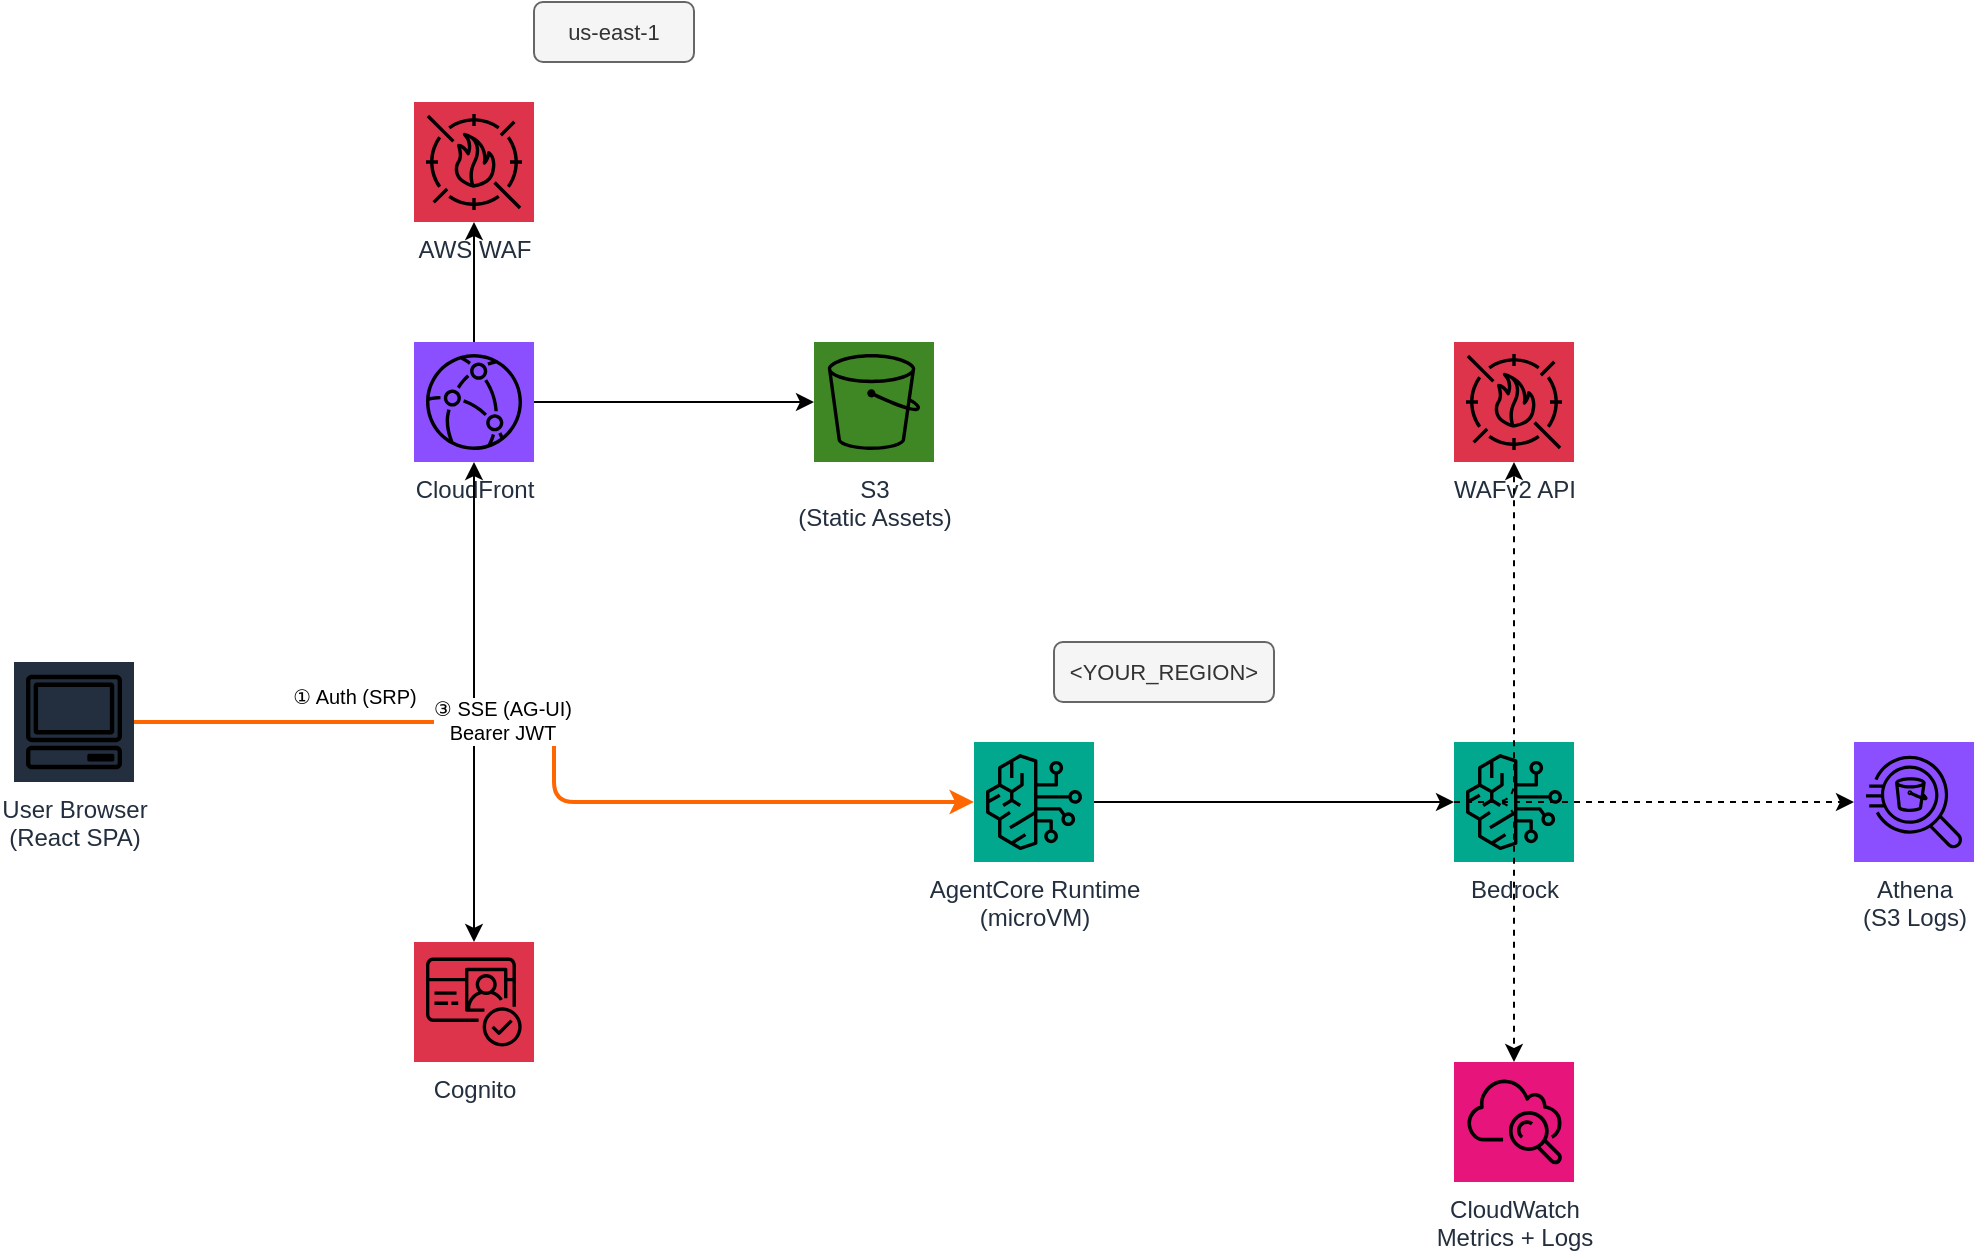
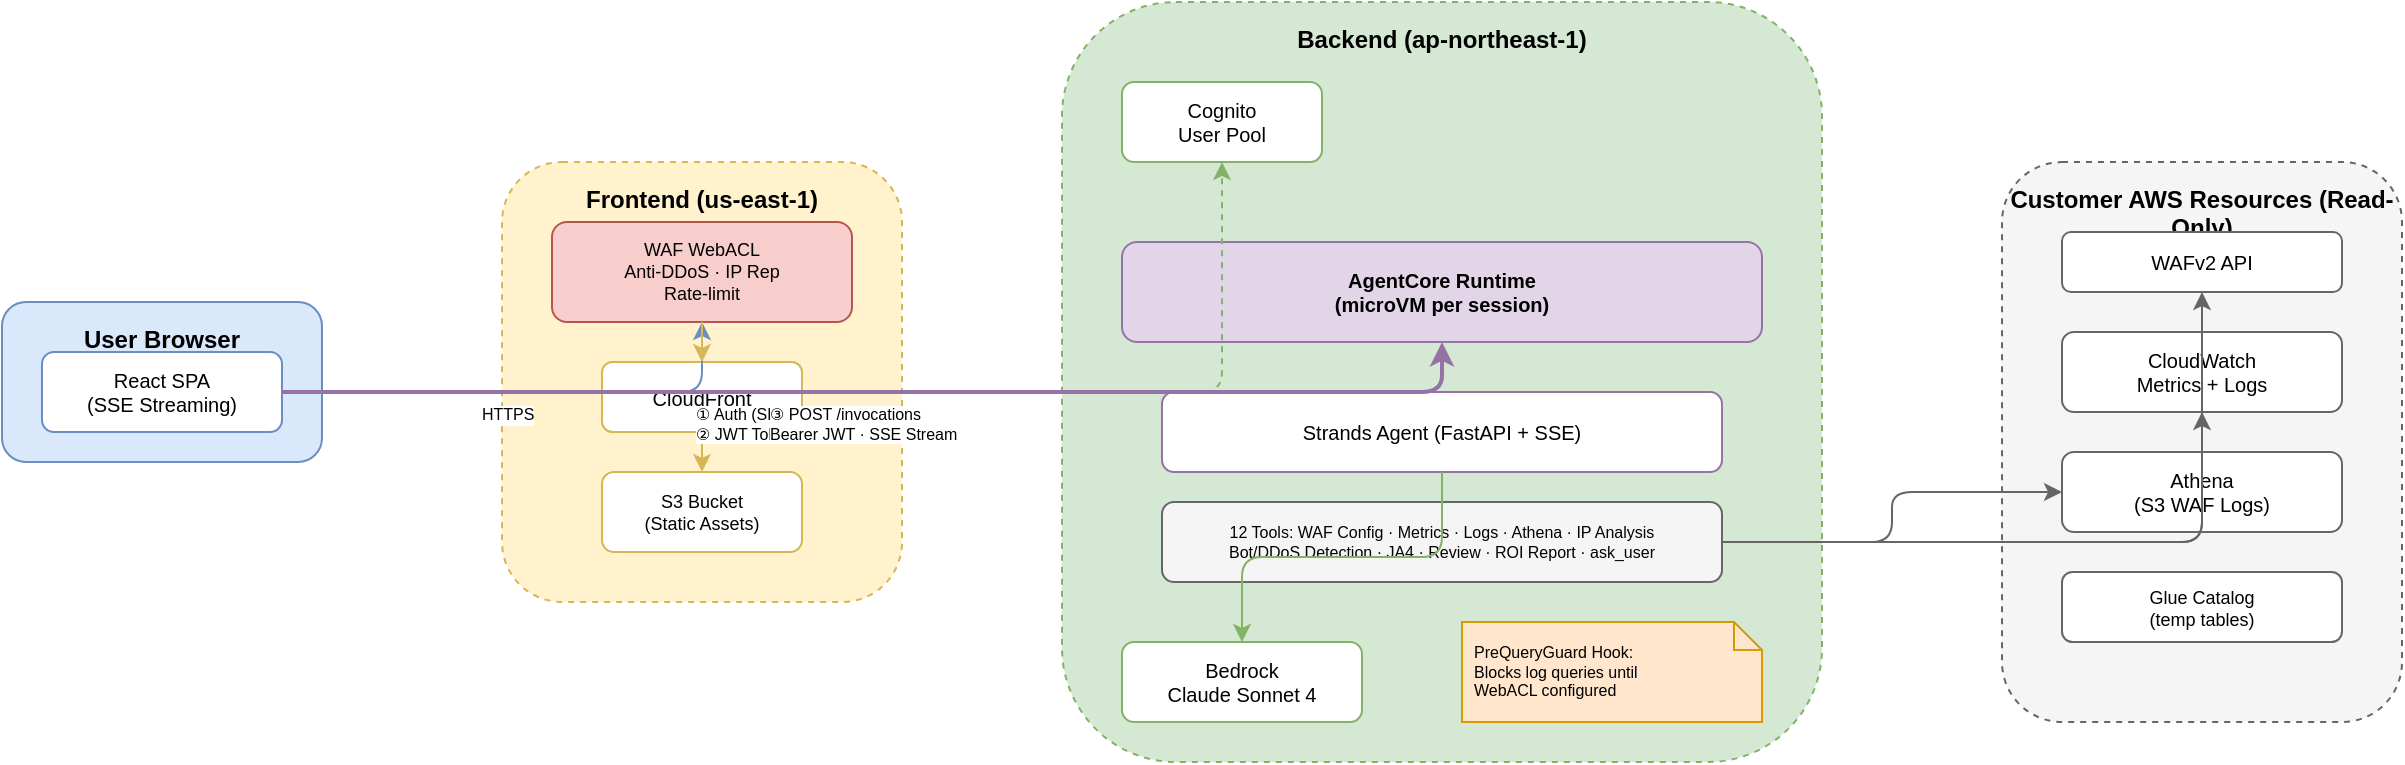
- <mxfile host="app.diagrams.net" agent="1.0">
-   <diagram name="WAF Agent Architecture" id="arch">
-     <mxGraphModel dx="1027" dy="532" grid="1" gridSize="10" guides="1" tooltips="1" connect="1" arrows="1" fold="1" page="1" pageScale="1" pageWidth="1600" pageHeight="900" math="0" shadow="0">
+ <mxfile host="app.diagrams.net" modified="2026-05-11T11:40:00.000Z" agent="WAF Agent" version="24.0.0">
+   <diagram name="Architecture" id="arch-1">
+     <mxGraphModel dx="1200" dy="800" grid="1" gridSize="10" guides="1" tooltips="1" connect="1" arrows="1" fold="1" page="1" pageScale="1" pageWidth="1400" pageHeight="900" math="0" shadow="0">
      <root>
        <mxCell id="0" />
        <mxCell id="1" parent="0" />
-         <mxCell id="user" parent="1" style="outlineConnect=0;fontColor=#232F3E;gradientColor=none;fillColor=#232F3E;strokeColor=none;dashed=0;verticalLabelPosition=bottom;verticalAlign=top;align=center;html=1;fontSize=12;fontStyle=0;aspect=fixed;pointerEvents=1;shape=mxgraph.aws4.resourceIcon;resIcon=mxgraph.aws4.client" value="User Browser&lt;br&gt;(React SPA)" vertex="1">
-           <mxGeometry height="60" width="60" x="80" y="360" as="geometry" />
+ 
+         <!-- User Browser -->
+         <mxCell id="user-group" value="User Browser" style="rounded=1;whiteSpace=wrap;html=1;fillColor=#dae8fc;strokeColor=#6c8ebf;verticalAlign=top;fontStyle=1;fontSize=12;spacingTop=5;" vertex="1" parent="1">
+           <mxGeometry x="50" y="350" width="160" height="80" as="geometry" />
        </mxCell>
-         <mxCell id="cf" parent="1" style="outlineConnect=0;fontColor=#232F3E;gradientColor=none;fillColor=#8C4FFF;strokeColor=none;dashed=0;verticalLabelPosition=bottom;verticalAlign=top;align=center;html=1;fontSize=12;fontStyle=0;aspect=fixed;pointerEvents=1;shape=mxgraph.aws4.resourceIcon;resIcon=mxgraph.aws4.cloudfront" value="CloudFront" vertex="1">
-           <mxGeometry height="60" width="60" x="280" y="200" as="geometry" />
+         <mxCell id="spa" value="React SPA&#xa;(SSE Streaming)" style="rounded=1;whiteSpace=wrap;html=1;fillColor=#fff;strokeColor=#6c8ebf;fontSize=10;" vertex="1" parent="1">
+           <mxGeometry x="70" y="375" width="120" height="40" as="geometry" />
        </mxCell>
-         <mxCell id="waf_fe" parent="1" style="outlineConnect=0;fontColor=#232F3E;gradientColor=none;fillColor=#DD344C;strokeColor=none;dashed=0;verticalLabelPosition=bottom;verticalAlign=top;align=center;html=1;fontSize=12;fontStyle=0;aspect=fixed;pointerEvents=1;shape=mxgraph.aws4.resourceIcon;resIcon=mxgraph.aws4.waf" value="AWS WAF" vertex="1">
-           <mxGeometry height="60" width="60" x="280" y="80" as="geometry" />
+ 
+         <!-- Frontend (us-east-1) -->
+         <mxCell id="fe-group" value="Frontend (us-east-1)" style="rounded=1;whiteSpace=wrap;html=1;fillColor=#fff2cc;strokeColor=#d6b656;verticalAlign=top;fontStyle=1;fontSize=12;spacingTop=5;dashed=1;" vertex="1" parent="1">
+           <mxGeometry x="300" y="280" width="200" height="220" as="geometry" />
        </mxCell>
-         <mxCell id="s3" parent="1" style="outlineConnect=0;fontColor=#232F3E;gradientColor=none;fillColor=#3F8624;strokeColor=none;dashed=0;verticalLabelPosition=bottom;verticalAlign=top;align=center;html=1;fontSize=12;fontStyle=0;aspect=fixed;pointerEvents=1;shape=mxgraph.aws4.resourceIcon;resIcon=mxgraph.aws4.s3" value="S3&lt;br&gt;(Static Assets)" vertex="1">
-           <mxGeometry height="60" width="60" x="480" y="200" as="geometry" />
+         <mxCell id="waf-fe" value="WAF WebACL&#xa;Anti-DDoS · IP Rep&#xa;Rate-limit" style="rounded=1;whiteSpace=wrap;html=1;fillColor=#f8cecc;strokeColor=#b85450;fontSize=9;" vertex="1" parent="1">
+           <mxGeometry x="325" y="310" width="150" height="50" as="geometry" />
        </mxCell>
-         <mxCell id="cognito" parent="1" style="outlineConnect=0;fontColor=#232F3E;gradientColor=none;fillColor=#DD344C;strokeColor=none;dashed=0;verticalLabelPosition=bottom;verticalAlign=top;align=center;html=1;fontSize=12;fontStyle=0;aspect=fixed;pointerEvents=1;shape=mxgraph.aws4.resourceIcon;resIcon=mxgraph.aws4.cognito" value="Cognito" vertex="1">
-           <mxGeometry height="60" width="60" x="280" y="500" as="geometry" />
+         <mxCell id="cf" value="CloudFront" style="rounded=1;whiteSpace=wrap;html=1;fillColor=#fff;strokeColor=#d6b656;fontSize=10;" vertex="1" parent="1">
+           <mxGeometry x="350" y="380" width="100" height="35" as="geometry" />
        </mxCell>
-         <mxCell id="ac" parent="1" style="outlineConnect=0;fontColor=#232F3E;gradientColor=none;fillColor=#01A88D;strokeColor=none;dashed=0;verticalLabelPosition=bottom;verticalAlign=top;align=center;html=1;fontSize=12;fontStyle=0;aspect=fixed;pointerEvents=1;shape=mxgraph.aws4.resourceIcon;resIcon=mxgraph.aws4.bedrock" value="AgentCore Runtime&lt;br&gt;(microVM)" vertex="1">
-           <mxGeometry height="60" width="60" x="560" y="400" as="geometry" />
+         <mxCell id="s3" value="S3 Bucket&#xa;(Static Assets)" style="rounded=1;whiteSpace=wrap;html=1;fillColor=#fff;strokeColor=#d6b656;fontSize=9;" vertex="1" parent="1">
+           <mxGeometry x="350" y="435" width="100" height="40" as="geometry" />
        </mxCell>
-         <mxCell id="bedrock" parent="1" style="outlineConnect=0;fontColor=#232F3E;gradientColor=none;fillColor=#01A88D;strokeColor=none;dashed=0;verticalLabelPosition=bottom;verticalAlign=top;align=center;html=1;fontSize=12;fontStyle=0;aspect=fixed;pointerEvents=1;shape=mxgraph.aws4.resourceIcon;resIcon=mxgraph.aws4.bedrock" value="Bedrock&lt;div&gt;&lt;br/&gt;&lt;/div&gt;" vertex="1">
-           <mxGeometry height="60" width="60" x="800" y="400" as="geometry" />
+ 
+         <!-- Backend -->
+         <mxCell id="be-group" value="Backend (ap-northeast-1)" style="rounded=1;whiteSpace=wrap;html=1;fillColor=#d5e8d4;strokeColor=#82b366;verticalAlign=top;fontStyle=1;fontSize=12;spacingTop=5;dashed=1;" vertex="1" parent="1">
+           <mxGeometry x="580" y="200" width="380" height="380" as="geometry" />
        </mxCell>
-         <mxCell id="wafv2" parent="1" style="outlineConnect=0;fontColor=#232F3E;gradientColor=none;fillColor=#DD344C;strokeColor=none;dashed=0;verticalLabelPosition=bottom;verticalAlign=top;align=center;html=1;fontSize=12;fontStyle=0;aspect=fixed;pointerEvents=1;shape=mxgraph.aws4.resourceIcon;resIcon=mxgraph.aws4.waf" value="WAFv2 API" vertex="1">
-           <mxGeometry height="60" width="60" x="800" y="200" as="geometry" />
+         <mxCell id="cognito" value="Cognito&#xa;User Pool" style="rounded=1;whiteSpace=wrap;html=1;fillColor=#fff;strokeColor=#82b366;fontSize=10;" vertex="1" parent="1">
+           <mxGeometry x="610" y="240" width="100" height="40" as="geometry" />
        </mxCell>
-         <mxCell id="cw" parent="1" style="outlineConnect=0;fontColor=#232F3E;gradientColor=none;fillColor=#E7157B;strokeColor=none;dashed=0;verticalLabelPosition=bottom;verticalAlign=top;align=center;html=1;fontSize=12;fontStyle=0;aspect=fixed;pointerEvents=1;shape=mxgraph.aws4.resourceIcon;resIcon=mxgraph.aws4.cloudwatch" value="CloudWatch&lt;br&gt;Metrics + Logs" vertex="1">
-           <mxGeometry height="60" width="60" x="800" y="560" as="geometry" />
+         <mxCell id="ac" value="AgentCore Runtime&#xa;(microVM per session)" style="rounded=1;whiteSpace=wrap;html=1;fillColor=#e1d5e7;strokeColor=#9673a6;fontSize=10;fontStyle=1;" vertex="1" parent="1">
+           <mxGeometry x="610" y="320" width="320" height="50" as="geometry" />
        </mxCell>
-         <mxCell id="athena" parent="1" style="outlineConnect=0;fontColor=#232F3E;gradientColor=none;fillColor=#8C4FFF;strokeColor=none;dashed=0;verticalLabelPosition=bottom;verticalAlign=top;align=center;html=1;fontSize=12;fontStyle=0;aspect=fixed;pointerEvents=1;shape=mxgraph.aws4.resourceIcon;resIcon=mxgraph.aws4.athena" value="Athena&lt;br&gt;(S3 Logs)" vertex="1">
-           <mxGeometry height="60" width="60" x="1000" y="400" as="geometry" />
+         <mxCell id="agent" value="Strands Agent (FastAPI + SSE)" style="rounded=1;whiteSpace=wrap;html=1;fillColor=#fff;strokeColor=#9673a6;fontSize=10;" vertex="1" parent="1">
+           <mxGeometry x="630" y="395" width="280" height="40" as="geometry" />
        </mxCell>
-         <mxCell id="e1" edge="1" parent="1" source="user" style="edgeStyle=orthogonalEdgeStyle;" target="cf">
+         <mxCell id="tools" value="12 Tools: WAF Config · Metrics · Logs · Athena · IP Analysis&#xa;Bot/DDoS Detection · JA4 · Review · ROI Report · ask_user" style="rounded=1;whiteSpace=wrap;html=1;fillColor=#f5f5f5;strokeColor=#666;fontSize=8;" vertex="1" parent="1">
+           <mxGeometry x="630" y="450" width="280" height="40" as="geometry" />
+         </mxCell>
+         <mxCell id="bedrock" value="Bedrock&#xa;Claude Sonnet 4" style="rounded=1;whiteSpace=wrap;html=1;fillColor=#fff;strokeColor=#82b366;fontSize=10;" vertex="1" parent="1">
+           <mxGeometry x="610" y="520" width="120" height="40" as="geometry" />
+         </mxCell>
+ 
+         <!-- Customer AWS Resources -->
+         <mxCell id="aws-group" value="Customer AWS Resources (Read-Only)" style="rounded=1;whiteSpace=wrap;html=1;fillColor=#f5f5f5;strokeColor=#666;verticalAlign=top;fontStyle=1;fontSize=12;spacingTop=5;dashed=1;" vertex="1" parent="1">
+           <mxGeometry x="1050" y="280" width="200" height="280" as="geometry" />
+         </mxCell>
+         <mxCell id="wafv2" value="WAFv2 API" style="rounded=1;whiteSpace=wrap;html=1;fillColor=#fff;strokeColor=#666;fontSize=10;" vertex="1" parent="1">
+           <mxGeometry x="1080" y="315" width="140" height="30" as="geometry" />
+         </mxCell>
+         <mxCell id="cw" value="CloudWatch&#xa;Metrics + Logs" style="rounded=1;whiteSpace=wrap;html=1;fillColor=#fff;strokeColor=#666;fontSize=10;" vertex="1" parent="1">
+           <mxGeometry x="1080" y="365" width="140" height="40" as="geometry" />
+         </mxCell>
+         <mxCell id="athena" value="Athena&#xa;(S3 WAF Logs)" style="rounded=1;whiteSpace=wrap;html=1;fillColor=#fff;strokeColor=#666;fontSize=10;" vertex="1" parent="1">
+           <mxGeometry x="1080" y="425" width="140" height="40" as="geometry" />
+         </mxCell>
+         <mxCell id="glue" value="Glue Catalog&#xa;(temp tables)" style="rounded=1;whiteSpace=wrap;html=1;fillColor=#fff;strokeColor=#666;fontSize=9;" vertex="1" parent="1">
+           <mxGeometry x="1080" y="485" width="140" height="35" as="geometry" />
+         </mxCell>
+ 
+         <!-- Arrows -->
+         <!-- User → WAF → CloudFront → S3 -->
+         <mxCell id="e1" style="edgeStyle=orthogonalEdgeStyle;rounded=1;strokeColor=#6c8ebf;" edge="1" source="spa" target="waf-fe" parent="1">
          <mxGeometry relative="1" as="geometry" />
        </mxCell>
-         <mxCell id="e1_label" connectable="0" parent="e1" style="edgeLabel;html=1;align=center;verticalAlign=middle;fontSize=10;" value="HTTPS" vertex="1">
-           <mxGeometry relative="1" x="-0.2" as="geometry">
-             <mxPoint y="-11" as="offset" />
-           </mxGeometry>
+         <mxCell id="e1-label" value="HTTPS" style="edgeLabel;html=1;fontSize=8;fillColor=none;" vertex="1" connectable="0" parent="e1">
+           <mxGeometry x="-0.2" relative="1" as="geometry"><mxPoint as="offset" /></mxGeometry>
        </mxCell>
-         <mxCell id="e2" edge="1" parent="1" source="cf" style="edgeStyle=orthogonalEdgeStyle;" target="waf_fe">
+         <mxCell id="e2" style="edgeStyle=orthogonalEdgeStyle;rounded=1;strokeColor=#d6b656;" edge="1" source="waf-fe" target="cf" parent="1">
          <mxGeometry relative="1" as="geometry" />
        </mxCell>
-         <mxCell id="e3" edge="1" parent="1" source="cf" style="edgeStyle=orthogonalEdgeStyle;" target="s3">
+         <mxCell id="e3" style="edgeStyle=orthogonalEdgeStyle;rounded=1;strokeColor=#d6b656;" edge="1" source="cf" target="s3" parent="1">
          <mxGeometry relative="1" as="geometry" />
        </mxCell>
-         <mxCell id="e4" edge="1" parent="1" source="user" style="edgeStyle=orthogonalEdgeStyle;" target="cognito">
+ 
+         <!-- User → Cognito (Auth) -->
+         <mxCell id="e4" style="edgeStyle=orthogonalEdgeStyle;rounded=1;strokeColor=#82b366;dashed=1;" edge="1" source="spa" target="cognito" parent="1">
          <mxGeometry relative="1" as="geometry" />
        </mxCell>
-         <mxCell id="e4_label" connectable="0" parent="e4" style="edgeLabel;html=1;align=center;verticalAlign=middle;fontSize=10;" value="① Auth (SRP)" vertex="1">
-           <mxGeometry relative="1" x="-0.2" as="geometry">
-             <mxPoint x="-2" y="-13" as="offset" />
-           </mxGeometry>
+         <mxCell id="e4-label" value="① Auth (SRP)&#xa;② JWT Token" style="edgeLabel;html=1;fontSize=8;fillColor=none;" vertex="1" connectable="0" parent="e4">
+           <mxGeometry x="-0.3" relative="1" as="geometry"><mxPoint as="offset" /></mxGeometry>
        </mxCell>
-         <mxCell id="e5" edge="1" parent="1" source="user" style="edgeStyle=orthogonalEdgeStyle;strokeColor=#FF6600;strokeWidth=2;" target="ac">
+ 
+         <!-- User → AgentCore (SSE) -->
+         <mxCell id="e5" style="edgeStyle=orthogonalEdgeStyle;rounded=1;strokeColor=#9673a6;strokeWidth=2;" edge="1" source="spa" target="ac" parent="1">
          <mxGeometry relative="1" as="geometry" />
        </mxCell>
-         <mxCell id="e5_label" connectable="0" parent="e5" style="edgeLabel;html=1;align=center;verticalAlign=middle;fontSize=10;" value="③ SSE (AG-UI)&lt;br&gt;Bearer JWT" vertex="1">
-           <mxGeometry relative="1" x="-0.2" as="geometry">
-             <mxPoint y="-1" as="offset" />
-           </mxGeometry>
+         <mxCell id="e5-label" value="③ POST /invocations&#xa;Bearer JWT · SSE Stream" style="edgeLabel;html=1;fontSize=8;fillColor=none;" vertex="1" connectable="0" parent="e5">
+           <mxGeometry x="-0.2" relative="1" as="geometry"><mxPoint as="offset" /></mxGeometry>
        </mxCell>
-         <mxCell id="e6" edge="1" parent="1" source="ac" style="edgeStyle=orthogonalEdgeStyle;" target="bedrock">
+ 
+         <!-- Agent → Bedrock -->
+         <mxCell id="e6" style="edgeStyle=orthogonalEdgeStyle;rounded=1;strokeColor=#82b366;" edge="1" source="agent" target="bedrock" parent="1">
          <mxGeometry relative="1" as="geometry" />
        </mxCell>
-         <mxCell id="e7" edge="1" parent="1" source="ac" style="edgeStyle=orthogonalEdgeStyle;dashed=1;" target="wafv2">
+ 
+         <!-- Agent → AWS Resources -->
+         <mxCell id="e7" style="edgeStyle=orthogonalEdgeStyle;rounded=1;strokeColor=#666;" edge="1" source="tools" target="wafv2" parent="1">
          <mxGeometry relative="1" as="geometry" />
        </mxCell>
-         <mxCell id="e8" edge="1" parent="1" source="ac" style="edgeStyle=orthogonalEdgeStyle;dashed=1;" target="cw">
+         <mxCell id="e8" style="edgeStyle=orthogonalEdgeStyle;rounded=1;strokeColor=#666;" edge="1" source="tools" target="cw" parent="1">
          <mxGeometry relative="1" as="geometry" />
        </mxCell>
-         <mxCell id="e9" edge="1" parent="1" source="ac" style="edgeStyle=orthogonalEdgeStyle;dashed=1;" target="athena">
+         <mxCell id="e9" style="edgeStyle=orthogonalEdgeStyle;rounded=1;strokeColor=#666;" edge="1" source="tools" target="athena" parent="1">
          <mxGeometry relative="1" as="geometry" />
        </mxCell>
-         <mxCell id="region_fe" parent="1" style="text;html=1;strokeColor=#666666;fillColor=#f5f5f5;align=center;verticalAlign=middle;whiteSpace=wrap;rounded=1;fontSize=11;fontColor=#333333;" value="us-east-1" vertex="1">
-           <mxGeometry height="30" width="80" x="340" y="30" as="geometry" />
+ 
+         <!-- Hook label -->
+         <mxCell id="hook-note" value="PreQueryGuard Hook:&#xa;Blocks log queries until&#xa;WebACL configured" style="shape=note;whiteSpace=wrap;html=1;size=14;fillColor=#ffe6cc;strokeColor=#d79b00;fontSize=8;align=left;spacingLeft=4;" vertex="1" parent="1">
+           <mxGeometry x="780" y="510" width="150" height="50" as="geometry" />
        </mxCell>
-         <mxCell id="region_be" parent="1" style="text;html=1;strokeColor=#666666;fillColor=#f5f5f5;align=center;verticalAlign=middle;whiteSpace=wrap;rounded=1;fontSize=11;fontColor=#333333;" value="&amp;lt;YOUR_REGION&amp;gt;" vertex="1">
-           <mxGeometry height="30" width="110" x="600" y="350" as="geometry" />
-         </mxCell>
+ 
      </root>
    </mxGraphModel>
  </diagram>
</mxfile>
